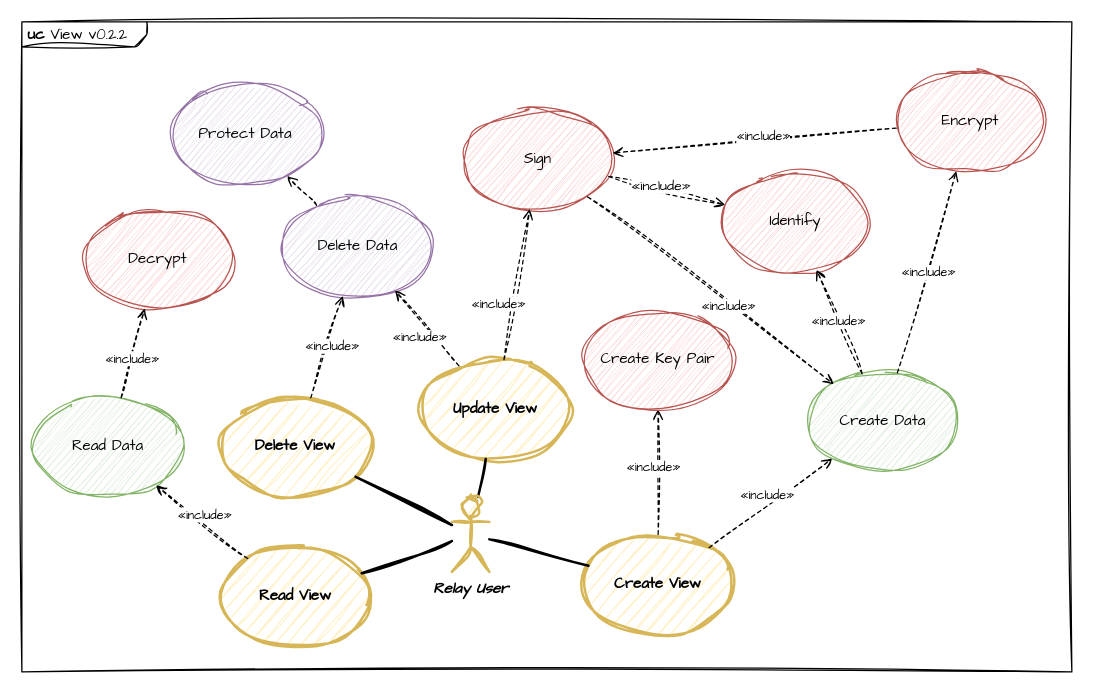
Before: page "uc-view" (20 of 24) of doc/basic-actions.drawio in dhbmarcos/data-relay, a draw.io diagram. Source tidied: cells renumbered, new cells numbered last; positions are measured from the earlier drawing's top-left corner, leaving out a move shared by most shapes. Both pictures are drawn from the tidied source at 125%, with x=0, y=0 at pixel (21, 21).
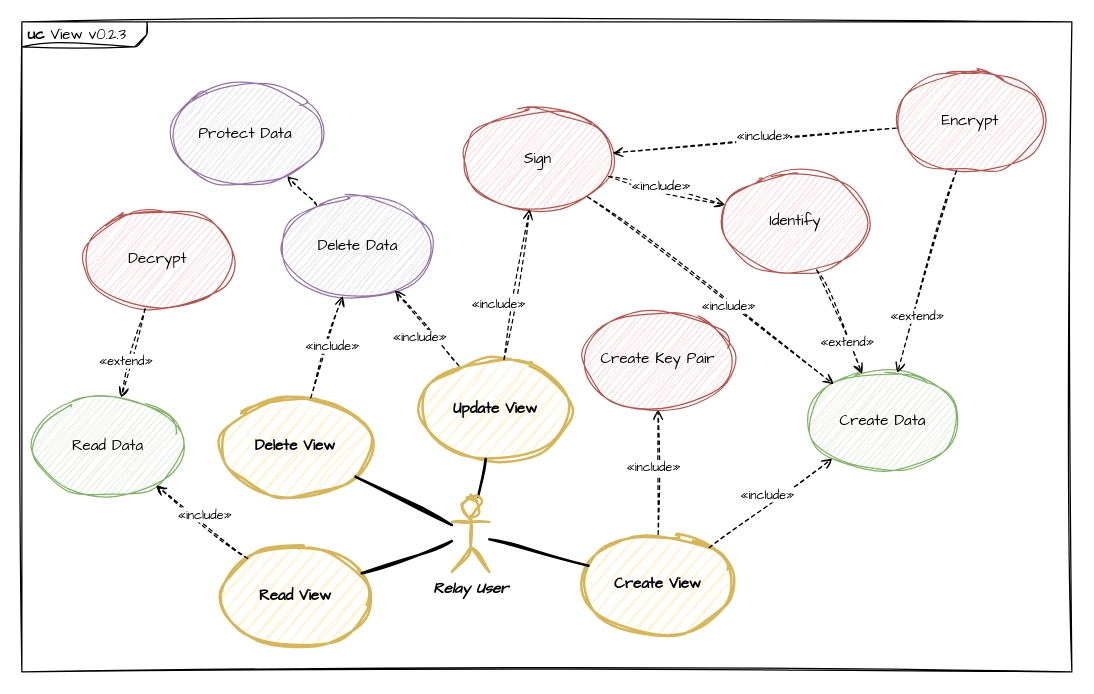
The same diagram, later.

Unchanged cells that the change refers to:
```xml
<mxCell id="3" value="Read Data" style="ellipse;whiteSpace=wrap;html=1;strokeWidth=1;labelBackgroundColor=none;fillColor=#d5e8d4;strokeColor=#82b366;fontFamily=Comic Sans MS;comic=1;shadow=0;sketch=1;curveFitting=1;jiggle=2;" parent="1" vertex="1">
  <mxGeometry x="9" y="300" width="120" height="80" as="geometry" />
</mxCell>
<mxCell id="4" value="Create Data" style="ellipse;whiteSpace=wrap;html=1;strokeWidth=1;labelBackgroundColor=none;fillColor=#d5e8d4;strokeColor=#82b366;fontFamily=Comic Sans MS;comic=1;shadow=0;sketch=1;curveFitting=1;jiggle=2;" parent="1" vertex="1">
  <mxGeometry x="629" y="280" width="120" height="80" as="geometry" />
</mxCell>
<mxCell id="24" value="Decrypt" style="ellipse;whiteSpace=wrap;html=1;strokeWidth=1;labelBackgroundColor=none;fillColor=#f8cecc;strokeColor=#b85450;fontFamily=Comic Sans MS;comic=1;shadow=0;sketch=1;curveFitting=1;jiggle=2;" parent="1" vertex="1">
  <mxGeometry x="49" y="150" width="120" height="80" as="geometry" />
</mxCell>
<mxCell id="27" value="Encrypt" style="ellipse;whiteSpace=wrap;html=1;strokeWidth=1;labelBackgroundColor=none;fillColor=#f8cecc;strokeColor=#b85450;fontFamily=Comic Sans MS;comic=1;shadow=0;sketch=1;curveFitting=1;jiggle=2;" parent="1" vertex="1">
  <mxGeometry x="699" y="40" width="120" height="80" as="geometry" />
</mxCell>
<mxCell id="33" value="Identify" style="ellipse;whiteSpace=wrap;html=1;strokeWidth=1;labelBackgroundColor=none;fillColor=#f8cecc;strokeColor=#b85450;fontFamily=Comic Sans MS;comic=1;shadow=0;sketch=1;curveFitting=1;jiggle=2;" parent="1" vertex="1">
  <mxGeometry x="559" y="120" width="120" height="80" as="geometry" />
</mxCell>
```

Diff of the diagram source:
```diff
@@
-    <mxCell id="2" value="&lt;p style=&quot;margin:0px;margin-top:4px;margin-left:5px;text-align:left;&quot;&gt;&lt;b&gt;uc&lt;/b&gt;&amp;nbsp;View v0.2.2&lt;/p&gt;" style="html=1;shape=mxgraph.sysml.package;overflow=fill;labelX=100.33;align=left;spacingLeft=5;verticalAlign=top;spacingTop=-3;labelBackgroundColor=none;fontFamily=Comic Sans MS;comic=0;fillColor=none;shadow=0;strokeWidth=1;sketch=1;curveFitting=1;jiggle=2;" parent="1" vertex="1">
+    <mxCell id="2" value="&lt;p style=&quot;margin:0px;margin-top:4px;margin-left:5px;text-align:left;&quot;&gt;&lt;b&gt;uc&lt;/b&gt;&amp;nbsp;View v0.2.3&lt;/p&gt;" style="html=1;shape=mxgraph.sysml.package;overflow=fill;labelX=100.33;align=left;spacingLeft=5;verticalAlign=top;spacingTop=-3;labelBackgroundColor=none;fontFamily=Comic Sans MS;comic=0;fillColor=none;shadow=0;strokeWidth=1;sketch=1;curveFitting=1;jiggle=2;" parent="1" vertex="1">
       <mxGeometry width="840" height="520" as="geometry" />
     </mxCell>
@@
-    <mxCell id="25" style="rounded=0;jettySize=auto;html=1;dashed=1;endArrow=open;endFill=0;fontFamily=Comic Sans MS;sketch=1;curveFitting=1;jiggle=2;" parent="1" edge="1" source="3" target="24">
+    <mxCell id="25" style="rounded=0;jettySize=auto;html=1;dashed=1;endArrow=open;endFill=0;fontFamily=Comic Sans MS;sketch=1;curveFitting=1;jiggle=2;" parent="1" edge="1" source="24" target="3">
       <mxGeometry relative="1" as="geometry" />
     </mxCell>
-    <mxCell id="26" value="«include»" style="edgeLabel;html=1;align=center;verticalAlign=middle;fontFamily=Comic Sans MS;fontSize=10;" parent="25" vertex="1">
+    <mxCell id="26" value="«extend»" style="edgeLabel;html=1;align=center;verticalAlign=middle;fontFamily=Comic Sans MS;fontSize=10;" parent="25" vertex="1">
       <mxGeometry x="0.21" relative="1" as="geometry">
-        <mxPoint x="-4" y="11" as="offset" />
+        <mxPoint x="-4" y="-2" as="offset" />
       </mxGeometry>
     </mxCell>
@@
-    <mxCell id="28" style="rounded=0;jettySize=auto;html=1;dashed=1;endArrow=open;endFill=0;fontFamily=Comic Sans MS;sketch=1;curveFitting=1;jiggle=2;" parent="1" edge="1" source="4" target="27">
+    <mxCell id="28" style="rounded=0;jettySize=auto;html=1;dashed=1;endArrow=open;endFill=0;fontFamily=Comic Sans MS;sketch=1;curveFitting=1;jiggle=2;" parent="1" edge="1" source="27" target="4">
       <mxGeometry relative="1" as="geometry" />
     </mxCell>
-    <mxCell id="29" value="«include»" style="edgeLabel;html=1;align=center;verticalAlign=middle;fontFamily=Comic Sans MS;fontSize=10;" parent="28" vertex="1">
+    <mxCell id="29" value="«extend»" style="edgeLabel;html=1;align=center;verticalAlign=middle;fontFamily=Comic Sans MS;fontSize=10;" parent="28" vertex="1">
       <mxGeometry x="0.21" relative="1" as="geometry">
         <mxPoint x="-4" y="17" as="offset" />
       </mxGeometry>
     </mxCell>
@@
-    <mxCell id="34" style="rounded=0;jettySize=auto;html=1;dashed=1;endArrow=open;endFill=0;fontFamily=Comic Sans MS;sketch=1;curveFitting=1;jiggle=2;" parent="1" edge="1" source="4" target="33">
+    <mxCell id="34" style="rounded=0;jettySize=auto;html=1;dashed=1;endArrow=open;endFill=0;fontFamily=Comic Sans MS;sketch=1;curveFitting=1;jiggle=2;" parent="1" edge="1" source="33" target="4">
       <mxGeometry relative="1" as="geometry" />
     </mxCell>
-    <mxCell id="35" value="«include»" style="edgeLabel;html=1;align=center;verticalAlign=middle;fontFamily=Comic Sans MS;fontSize=10;" parent="34" vertex="1">
+    <mxCell id="35" value="«extend»" style="edgeLabel;html=1;align=center;verticalAlign=middle;fontFamily=Comic Sans MS;fontSize=10;" parent="34" vertex="1">
       <mxGeometry x="0.21" relative="1" as="geometry">
         <mxPoint x="2" y="7" as="offset" />
       </mxGeometry>
     </mxCell>
```
